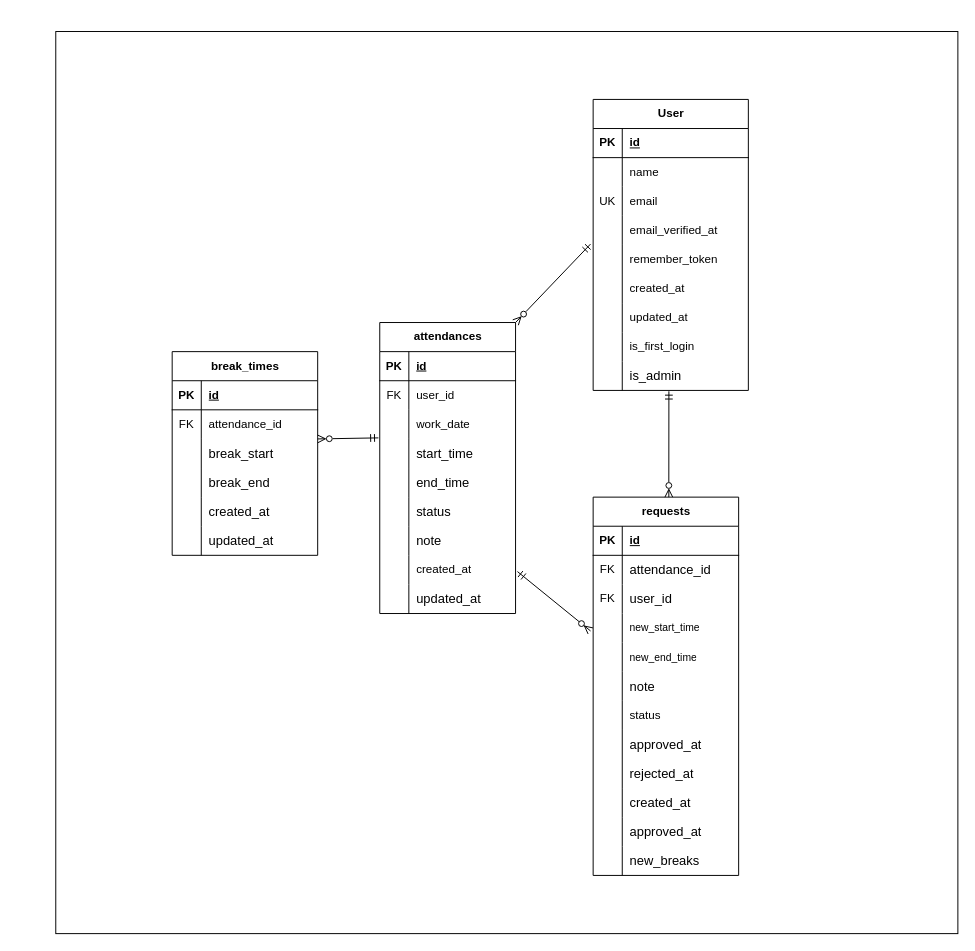
mikaer175-hikaru/coachtech-attendance keeps this draw.io diagram as er.drawio. Above is the earlier version. Source tidied: cells renumbered, new cells numbered last; positions are measured from the earlier drawing's top-left corner, leaving out a move shared by most shapes. Both pictures are drawn from the tidied source at 97%, with x=0, y=0 at pixel (55, 31).
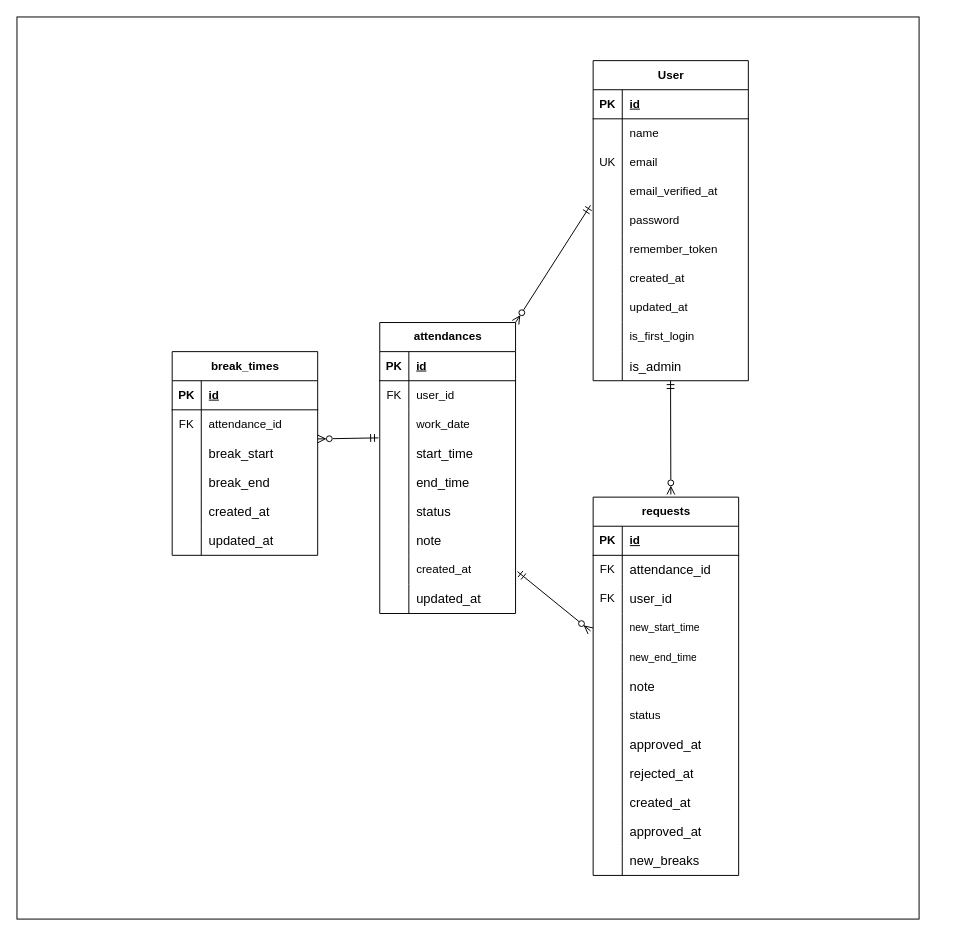
Above is the later version.

Unchanged cells that the change refers to:
```xml
<mxCell id="16" style="shape=tableRow;horizontal=0;startSize=0;swimlaneHead=0;swimlaneBody=0;fillColor=none;points=[[0,0.5],[1,0.5]];portConstraint=eastwest;top=0;left=0;right=0;bottom=0;" parent="3" vertex="1">
  <mxGeometry y="150" width="160" height="30" as="geometry" />
</mxCell>
<mxCell id="19" style="shape=tableRow;horizontal=0;startSize=0;swimlaneHead=0;swimlaneBody=0;fillColor=none;top=0;left=0;right=0;bottom=0;" parent="3" vertex="1">
  <mxGeometry y="180" width="160" height="30" as="geometry" />
</mxCell>
<mxCell id="22" style="shape=tableRow;horizontal=0;startSize=0;swimlaneHead=0;swimlaneBody=0;fillColor=none;top=0;left=0;right=0;bottom=0;" parent="3" vertex="1">
  <mxGeometry y="210" width="160" height="30" as="geometry" />
</mxCell>
<mxCell id="25" style="shape=tableRow;horizontal=0;startSize=0;swimlaneHead=0;swimlaneBody=0;fillColor=none;top=0;left=0;right=0;bottom=0;" parent="3" vertex="1">
  <mxGeometry y="240" width="160" height="30" as="geometry" />
</mxCell>
<mxCell id="28" style="shape=tableRow;horizontal=0;startSize=0;swimlaneHead=0;swimlaneBody=0;fillColor=none;points=[[0,0.5],[1,0.5]];portConstraint=eastwest;top=0;left=0;right=0;bottom=0;" parent="3" vertex="1">
  <mxGeometry y="270" width="160" height="30" as="geometry" />
</mxCell>
<mxCell id="78" value="requests" style="shape=table;startSize=30;childLayout=tableLayout;rowLines=0;fontStyle=1;align=center;html=1;" parent="1" vertex="1">
  <mxGeometry x="554" y="480" width="150" height="390" as="geometry" />
</mxCell>
```

Diff of the diagram source:
```diff
@@
     <mxCell id="2" style="whiteSpace=wrap;html=1;" parent="1" vertex="1">
-      <mxGeometry width="930" height="930" as="geometry" />
+      <mxGeometry x="-40" y="-15" width="930" height="930" as="geometry" />
     </mxCell>
     <mxCell id="3" value="User" style="shape=table;startSize=30;childLayout=tableLayout;rowLines=0;fontStyle=1;align=center;html=1;columnLines=1;resizeLastRow=0;arcSize=15;absoluteArcSize=0;top=1;noLabel=0;labelPadding=1;direction=east;fixDash=0;comic=0;jiggle=2;enumerate=0;enumerateValue=2;fixedWidth=0;movableLabel=0;fillColor=default;" parent="1" vertex="1">
-      <mxGeometry x="554" y="70" width="160" height="300" as="geometry" />
+      <mxGeometry x="554" y="30" width="160" height="330" as="geometry" />
     </mxCell>
@@
-    <mxCell id="18" value="remember_token" style="shape=partialRectangle;fillColor=none;top=0;left=0;bottom=0;right=0;align=left;spacingLeft=6;overflow=hidden;whiteSpace=wrap;html=1;" parent="16" vertex="1">
+    <mxCell id="18" value="password" style="shape=partialRectangle;fillColor=none;top=0;left=0;bottom=0;right=0;align=left;spacingLeft=6;overflow=hidden;whiteSpace=wrap;html=1;" parent="16" vertex="1">
       <mxGeometry x="30" width="130" height="30" as="geometry" />
     </mxCell>
@@
-    <mxCell id="21" value="created_at" style="shape=partialRectangle;fillColor=none;top=0;left=0;bottom=0;right=0;align=left;spacingLeft=6;overflow=hidden;whiteSpace=wrap;html=1;" parent="19" vertex="1">
+    <mxCell id="21" value="&lt;span style=&quot;color: rgb(0, 0, 0);&quot;&gt;remember_token&lt;/span&gt;" style="shape=partialRectangle;fillColor=none;top=0;left=0;bottom=0;right=0;align=left;spacingLeft=6;overflow=hidden;whiteSpace=wrap;html=1;" parent="19" vertex="1">
       <mxGeometry x="30" width="130" height="30" as="geometry" />
     </mxCell>
@@
-    <mxCell id="24" value="updated_at" style="shape=partialRectangle;fillColor=none;top=0;left=0;bottom=0;right=0;align=left;spacingLeft=6;overflow=hidden;whiteSpace=wrap;html=1;" parent="22" vertex="1">
+    <mxCell id="24" value="&lt;span style=&quot;color: rgb(0, 0, 0);&quot;&gt;created_at&lt;/span&gt;" style="shape=partialRectangle;fillColor=none;top=0;left=0;bottom=0;right=0;align=left;spacingLeft=6;overflow=hidden;whiteSpace=wrap;html=1;" parent="22" vertex="1">
       <mxGeometry x="30" width="130" height="30" as="geometry" />
     </mxCell>
@@
-    <mxCell id="27" value="is_first_login" style="shape=partialRectangle;fillColor=none;top=0;left=0;bottom=0;right=0;align=left;spacingLeft=6;overflow=hidden;whiteSpace=wrap;html=1;" parent="25" vertex="1">
+    <mxCell id="27" value="&lt;span style=&quot;color: rgb(0, 0, 0);&quot;&gt;updated_at&lt;/span&gt;" style="shape=partialRectangle;fillColor=none;top=0;left=0;bottom=0;right=0;align=left;spacingLeft=6;overflow=hidden;whiteSpace=wrap;html=1;" parent="25" vertex="1">
       <mxGeometry x="30" width="130" height="30" as="geometry" />
     </mxCell>
@@
-    <mxCell id="30" value="&lt;span style=&quot;color: rgb(0, 0, 0); font-size: 10pt; font-family: Arial;&quot;&gt;is_admin&lt;/span&gt;" style="shape=partialRectangle;fillColor=none;top=0;left=0;bottom=0;right=0;align=left;spacingLeft=6;overflow=hidden;whiteSpace=wrap;html=1;" parent="28" vertex="1">
+    <mxCell id="30" value="&lt;span style=&quot;color: rgb(0, 0, 0);&quot;&gt;is_first_login&lt;/span&gt;" style="shape=partialRectangle;fillColor=none;top=0;left=0;bottom=0;right=0;align=left;spacingLeft=6;overflow=hidden;whiteSpace=wrap;html=1;" parent="28" vertex="1">
       <mxGeometry x="30" width="130" height="30" as="geometry" />
     </mxCell>
+    <mxCell id="119" style="shape=tableRow;horizontal=0;startSize=0;swimlaneHead=0;swimlaneBody=0;fillColor=none;top=0;left=0;right=0;bottom=0;" parent="3" vertex="1">
+      <mxGeometry y="300" width="160" height="30" as="geometry" />
+    </mxCell>
+    <mxCell id="120" style="shape=partialRectangle;fillColor=none;top=0;left=0;bottom=0;right=0;overflow=hidden;whiteSpace=wrap;html=1;" parent="119" vertex="1">
+      <mxGeometry width="30" height="30" as="geometry" />
+    </mxCell>
+    <mxCell id="121" value="&lt;span style=&quot;color: rgb(0, 0, 0); font-family: Arial; font-size: 13.3333px;&quot;&gt;is_admin&lt;/span&gt;" style="shape=partialRectangle;fillColor=none;top=0;left=0;bottom=0;right=0;align=left;spacingLeft=6;overflow=hidden;whiteSpace=wrap;html=1;" parent="119" vertex="1">
+      <mxGeometry x="30" width="130" height="30" as="geometry" />
+    </mxCell>
@@
-    <mxCell id="118" style="fontSize=12;html=1;endArrow=ERzeroToMany;endFill=0;exitX=0.488;exitY=1.029;exitDx=0;exitDy=0;exitPerimeter=0;startArrow=ERmandOne;startFill=0;" parent="1" edge="1" source="28">
+    <mxCell id="118" style="fontSize=12;html=1;endArrow=ERzeroToMany;endFill=0;startArrow=ERmandOne;startFill=0;exitX=0.498;exitY=0.905;exitDx=0;exitDy=0;exitPerimeter=0;entryX=0.534;entryY=-0.007;entryDx=0;entryDy=0;entryPerimeter=0;" parent="1" edge="1" target="78">
       <mxGeometry relative="1" as="geometry">
-        <mxPoint x="632" y="480" as="targetPoint" />
+        <mxPoint x="633.8" y="360" as="sourcePoint" />
       </mxGeometry>
     </mxCell>
```
